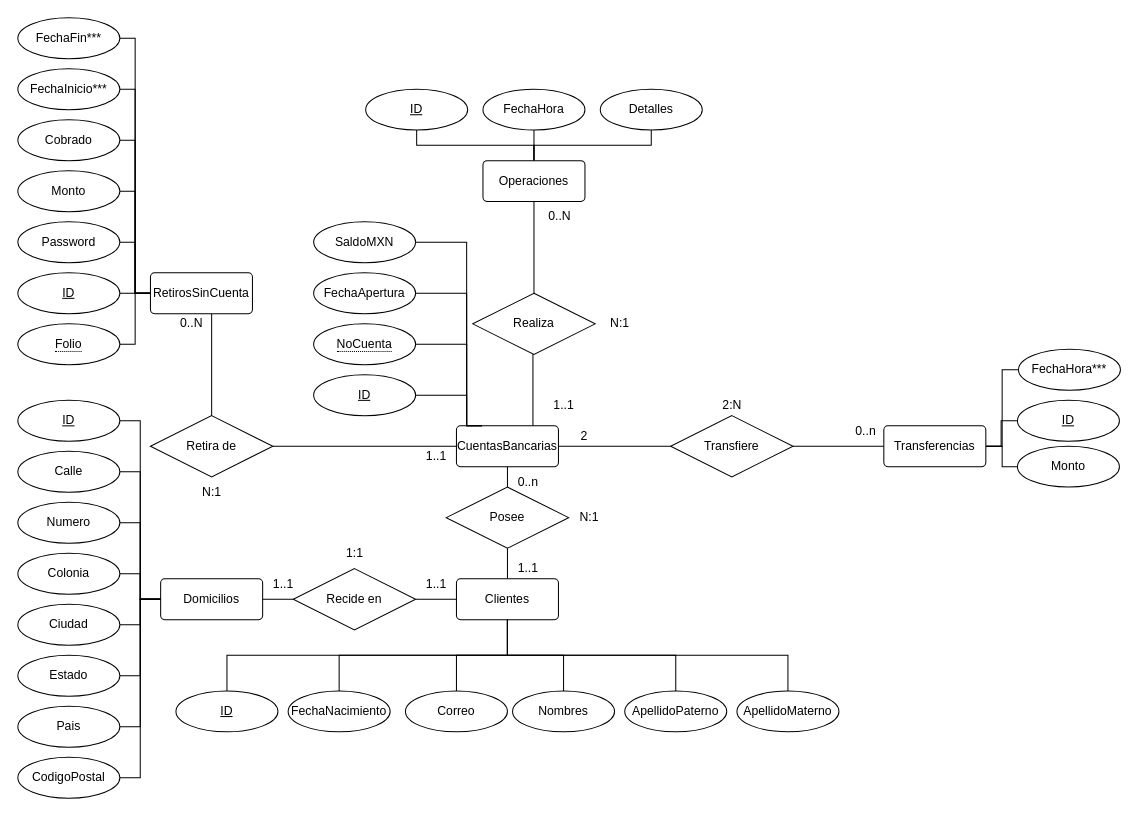
SilverFlin/banco-ADB keeps this draw.io diagram as modelado/ModeloER.drawio. Above is the earlier version. Source tidied: cells renumbered, new cells numbered last; positions are measured from the earlier drawing's top-left corner, leaving out a move shared by most shapes. Both pictures are drawn from the tidied source at 102%, with x=0, y=0 at pixel (17, 17).
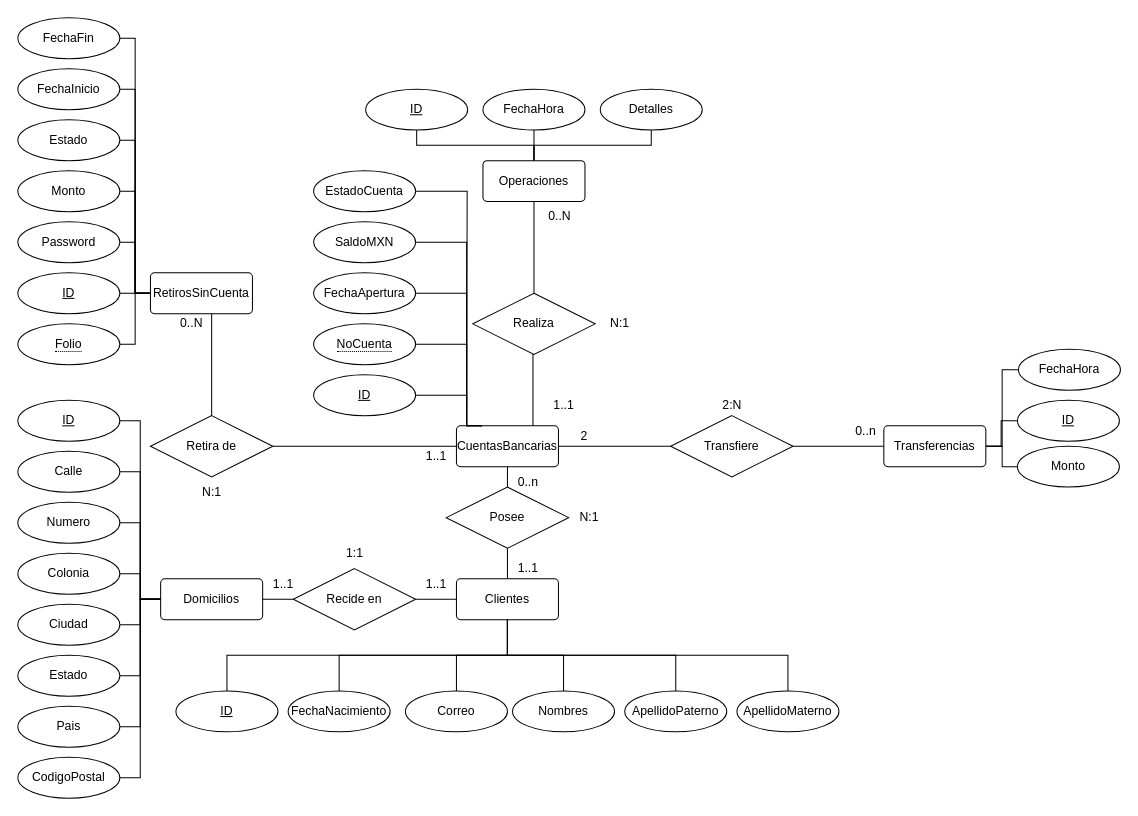
Above is the later version.

Commit message (it also covers changes not shown here):
fix: modelos retroalimentacion

Diff of the diagram source:
```diff
@@
-    <mxCell id="88" value="Cobrado" style="ellipse;whiteSpace=wrap;html=1;align=center;" parent="1" vertex="1">
+    <mxCell id="88" value="Estado" style="ellipse;whiteSpace=wrap;html=1;align=center;" parent="1" vertex="1">
       <mxGeometry y="100" width="100" height="40" as="geometry" />
     </mxCell>
-    <mxCell id="89" value="FechaInicio***" style="ellipse;whiteSpace=wrap;html=1;align=center;" parent="1" vertex="1">
+    <mxCell id="89" value="FechaInicio" style="ellipse;whiteSpace=wrap;html=1;align=center;" parent="1" vertex="1">
       <mxGeometry y="50" width="100" height="40" as="geometry" />
     </mxCell>
-    <mxCell id="90" value="FechaFin***" style="ellipse;whiteSpace=wrap;html=1;align=center;" parent="1" vertex="1">
+    <mxCell id="90" value="FechaFin" style="ellipse;whiteSpace=wrap;html=1;align=center;" parent="1" vertex="1">
       <mxGeometry width="100" height="40" as="geometry" />
     </mxCell>
@@
-    <mxCell id="93" value="FechaHora***" style="ellipse;whiteSpace=wrap;html=1;align=center;" parent="1" vertex="1">
+    <mxCell id="93" value="FechaHora" style="ellipse;whiteSpace=wrap;html=1;align=center;" parent="1" vertex="1">
       <mxGeometry x="981" y="325" width="100" height="40" as="geometry" />
     </mxCell>
@@
+    <mxCell id="100" style="edgeStyle=orthogonalEdgeStyle;rounded=0;jettySize=auto;html=1;endArrow=none;endFill=0;" parent="1" edge="1" source="101">
+      <mxGeometry relative="1" as="geometry">
+        <mxPoint x="440" y="400" as="targetPoint" />
+      </mxGeometry>
+    </mxCell>
+    <mxCell id="101" value="EstadoCuenta" style="ellipse;whiteSpace=wrap;html=1;align=center;" parent="1" vertex="1">
+      <mxGeometry x="290" y="150" width="100" height="40" as="geometry" />
+    </mxCell>
```
